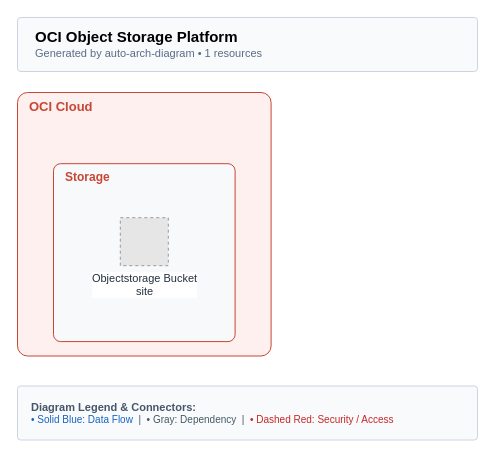
Earlier version of the draw.io diagram examples/serverless-website/oci/terraform/architecture-diagram-ai.drawio (suryakumaran2611/auto-arch-diagram). Source tidied: cells renumbered, new cells numbered last; positions are measured from the earlier drawing's top-left corner, leaving out a move shared by most shapes. Both pictures are drawn from the tidied source at 100%, with x=0, y=0 at pixel (17, 17). Pictures stored in the file or linked from it are replaced by grey dashed boxes.
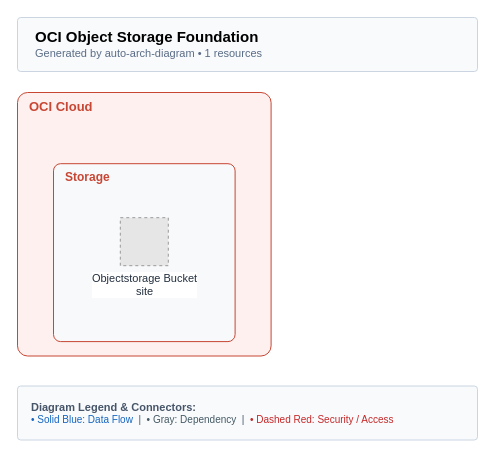
Above is the later version.

What changed in the source:
```diff
@@
 <mxGraphModel background="#FFFFFF">
   <root>
     <mxCell id="0" />
     <mxCell id="1" parent="0" />
-    <mxCell id="2" value="&lt;b style='font-size:15px;'&gt;OCI Object Storage Platform&lt;/b&gt;&lt;br/&gt;&lt;span style='font-size:11px;color:#5A6C86;'&gt;Generated by auto-arch-diagram &amp;bull; 1 resources&lt;/span&gt;" style="rounded=1;whiteSpace=wrap;html=1;arcSize=6;fillColor=#F8FAFC;strokeColor=#CBD5E1;strokeWidth=1;align=left;spacingLeft=16;verticalAlign=middle;" parent="1" vertex="1">
+    <mxCell id="2" value="&lt;b style='font-size:15px;'&gt;OCI Object Storage Foundation&lt;/b&gt;&lt;br/&gt;&lt;span style='font-size:11px;color:#5A6C86;'&gt;Generated by auto-arch-diagram &amp;bull; 1 resources&lt;/span&gt;" style="rounded=1;whiteSpace=wrap;html=1;arcSize=6;fillColor=#F8FAFC;strokeColor=#CBD5E1;strokeWidth=1;align=left;spacingLeft=16;verticalAlign=middle;" parent="1" vertex="1">
       <mxGeometry width="460" height="54" as="geometry" />
     </mxCell>
     <mxCell id="3" value="OCI Cloud" style="rounded=1;whiteSpace=wrap;html=1;arcSize=4;verticalAlign=top;align=left;spacingLeft=10;fontSize=12;fontStyle=1;fontSize=13;fillColor=#FDF0EE;strokeColor=#C74634;fontColor=#C74634;" parent="1" vertex="1">
       <mxGeometry y="75" width="253.6" height="263.5" as="geometry" />
     </mxCell>
     <mxCell id="4" value="Storage" style="rounded=1;whiteSpace=wrap;html=1;arcSize=4;verticalAlign=top;align=left;spacingLeft=10;fontSize=12;fontStyle=1;fillColor=#F8F9FA;strokeColor=#C74634;fontColor=#C74634;" parent="3" vertex="1">
       <mxGeometry x="36" y="71.2" width="181.6" height="177.9" as="geometry" />
     </mxCell>
     <mxCell id="5" value="Objectstorage Bucket&#10;site" style="fillColor=#E6E6E6;strokeColor=#999999;dashed=1;html=1;verticalLabelPosition=bottom;verticalAlign=top;fontSize=11;fontColor=#232F3E;labelBackgroundColor=#FFFFFF;" parent="4" vertex="1">
       <mxGeometry x="66.8" y="54" width="48" height="48" as="geometry" />
     </mxCell>
     <mxCell id="6" value="&lt;b style='font-size:11px;'&gt;Diagram Legend &amp;amp; Connectors:&lt;/b&gt;&lt;br/&gt;&lt;span style='color:#1565C0;'&gt;&amp;bull; Solid Blue: Data Flow&lt;/span&gt; &amp;nbsp;|&amp;nbsp; &lt;span style='color:#455A64;'&gt;&amp;bull; Gray: Dependency&lt;/span&gt; &amp;nbsp;|&amp;nbsp; &lt;span style='color:#C62828;'&gt;&amp;bull; Dashed Red: Security / Access&lt;/span&gt;" style="rounded=1;whiteSpace=wrap;html=1;arcSize=6;fillColor=#F8FAFC;strokeColor=#CBD5E1;strokeWidth=1;fontSize=10;fontColor=#475569;align=left;spacingLeft=12;spacingRight=12;verticalAlign=middle;" parent="1" vertex="1">
       <mxGeometry y="368.5" width="460" height="54" as="geometry" />
     </mxCell>
   </root>
 </mxGraphModel>
```
